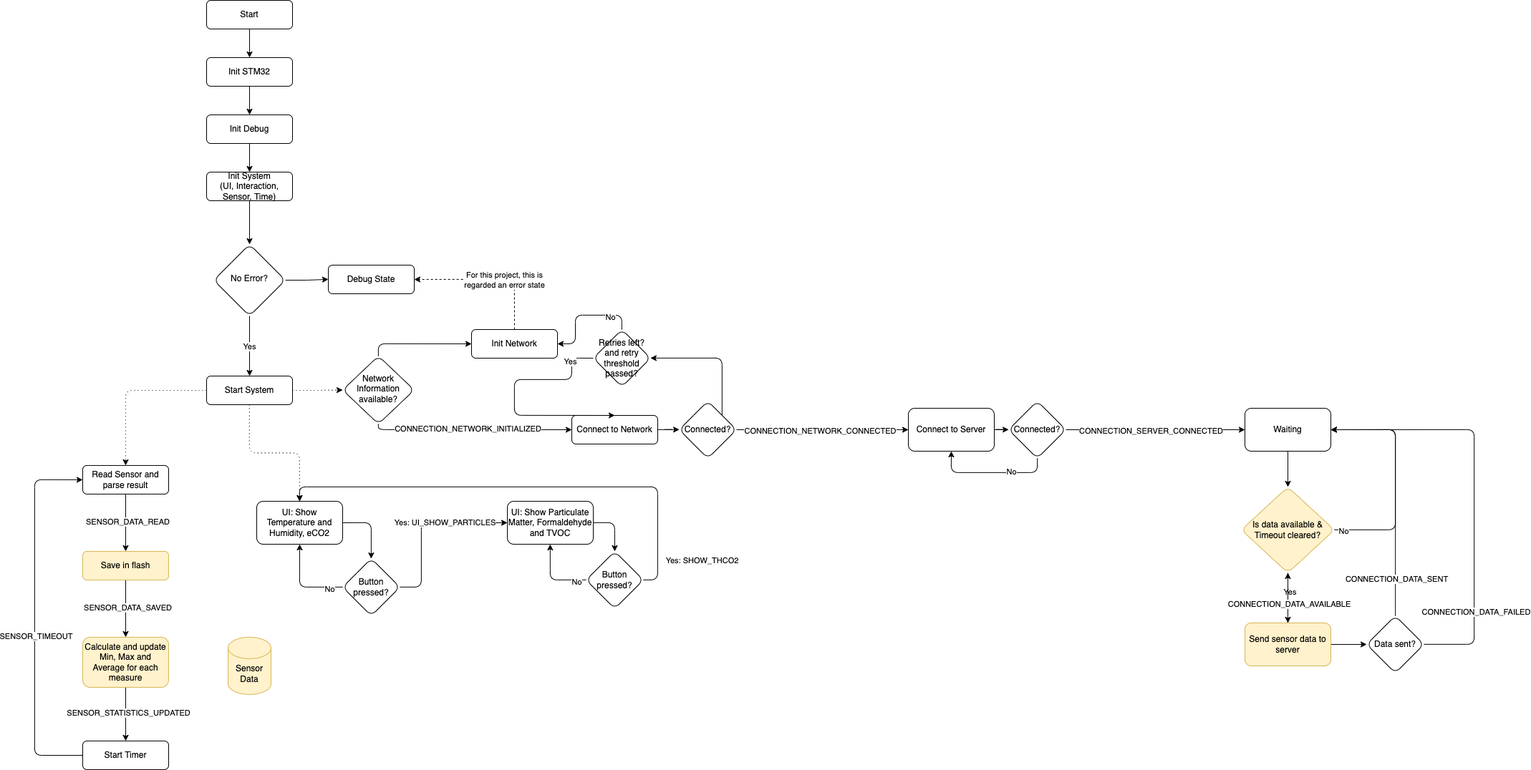
Before: week-4-flowchart.drawio.png, a diagram exported from draw.io (martenbiehl/making-embedded-systems-exercises). Source tidied: cells renumbered, new cells last; positions are measured from the earlier drawing's top-left corner, leaving out a move shared by most shapes.
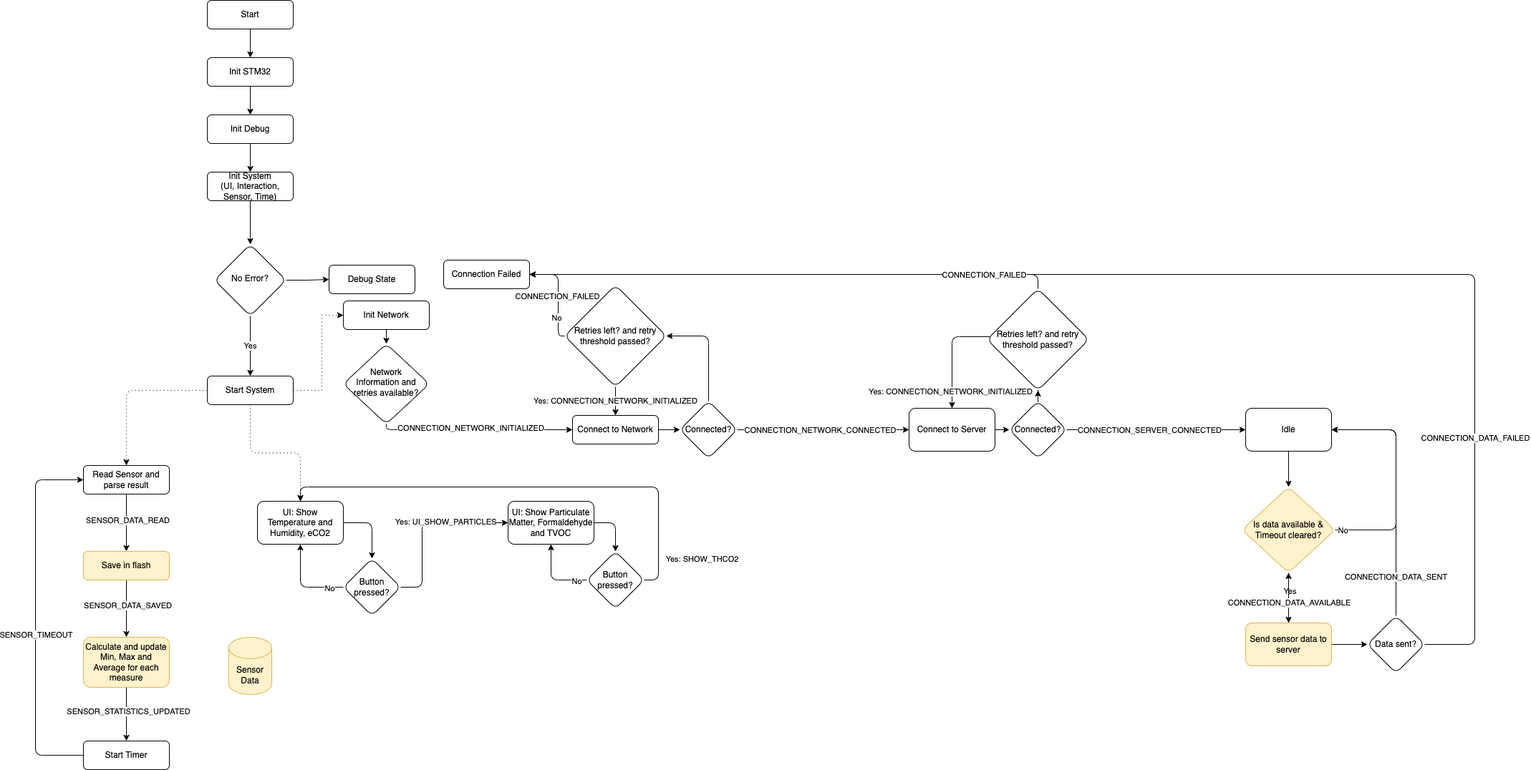
After the commit.

Diff of the diagram source:
```diff
@@ -20,24 +20,11 @@
     <mxCell id="7" value="Init Debug" style="rounded=1;whiteSpace=wrap;html=1;fontSize=12;glass=0;strokeWidth=1;shadow=0;" parent="1" vertex="1">
       <mxGeometry x="240" y="160" width="120" height="40" as="geometry" />
     </mxCell>
-    <mxCell id="8" value="&lt;span style=&quot;color: rgba(0, 0, 0, 0); font-family: monospace; font-size: 0px; text-align: start; background-color: rgb(248, 249, 250);&quot;&gt;%3CmxGraphModel%3E%3Croot%3E%3CmxCell%20id%3D%220%22%2F%3E%3CmxCell%20id%3D%221%22%20parent%3D%220%22%2F%3E%3CmxCell%20id%3D%222%22%20value%3D%22For%20this%20system%20this%20is%20regarded%20an%20error%20state%22%20style%3D%22edgeLabel%3Bhtml%3D1%3Balign%3Dcenter%3BverticalAlign%3Dmiddle%3Bresizable%3D0%3Bpoints%3D%5B%5D%3B%22%20vertex%3D%221%22%20connectable%3D%220%22%20parent%3D%221%22%3E%3CmxGeometry%20x%3D%22486%22%20y%3D%22470%22%20as%3D%22geometry%22%2F%3E%3C%2FmxCell%3E%3C%2Froot%3E%3C%2FmxGraphModel%3E&lt;/span&gt;&lt;span style=&quot;color: rgba(0, 0, 0, 0); font-family: monospace; font-size: 0px; text-align: start; background-color: rgb(248, 249, 250);&quot;&gt;%3CmxGraphModel%3E%3Croot%3E%3CmxCell%20id%3D%220%22%2F%3E%3CmxCell%20id%3D%221%22%20parent%3D%220%22%2F%3E%3CmxCell%20id%3D%222%22%20value%3D%22For%20this%20system%20this%20is%20regarded%20an%20error%20state%22%20style%3D%22edgeLabel%3Bhtml%3D1%3Balign%3Dcenter%3BverticalAlign%3Dmiddle%3Bresizable%3D0%3Bpoints%3D%5B%5D%3B%22%20vertex%3D%221%22%20connectable%3D%220%22%20parent%3D%221%22%3E%3CmxGeometry%20x%3D%22486%22%20y%3D%22470%22%20as%3D%22geometry%22%2F%3E%3C%2FmxCell%3E%3C%2Froot%3E%3C%2FmxGraphModel%3EFor&lt;/span&gt;" style="edgeStyle=orthogonalEdgeStyle;rounded=1;jettySize=auto;html=1;dashed=1;entryX=1;entryY=0.5;entryDx=0;entryDy=0;exitX=0.5;exitY=0;exitDx=0;exitDy=0;" parent="1" edge="1" source="12" target="22">
-      <mxGeometry relative="1" as="geometry">
-        <Array as="points">
-          <mxPoint x="670" y="390" />
-        </Array>
-      </mxGeometry>
-    </mxCell>
-    <mxCell id="9" value="&lt;span style=&quot;color: rgba(0, 0, 0, 0); font-family: monospace; font-size: 0px; text-align: start; background-color: rgb(248, 249, 250);&quot;&gt;%3CmxGraphModel%3E%3Croot%3E%3CmxCell%20id%3D%220%22%2F%3E%3CmxCell%20id%3D%221%22%20parent%3D%220%22%2F%3E%3CmxCell%20id%3D%222%22%20value%3D%22For%20this%20system%20this%20is%20regarded%20an%20error%20state%22%20style%3D%22edgeLabel%3Bhtml%3D1%3Balign%3Dcenter%3BverticalAlign%3Dmiddle%3Bresizable%3D0%3Bpoints%3D%5B%5D%3B%22%20vertex%3D%221%22%20connectable%3D%220%22%20parent%3D%221%22%3E%3CmxGeometry%20x%3D%22486%22%20y%3D%22470%22%20as%3D%22geometry%22%2F%3E%3C%2FmxCell%3E%3C%2Froot%3E%3C%2FmxGraphModel%For t&lt;/span&gt;" style="edgeLabel;html=1;align=center;verticalAlign=middle;" parent="8" vertex="1">
-      <mxGeometry x="-0.14" y="-4" relative="1" as="geometry" />
-    </mxCell>
-    <mxCell id="10" value="&lt;span style=&quot;color: rgba(0, 0, 0, 0); font-family: monospace; font-size: 0px; text-align: start; background-color: rgb(248, 249, 250);&quot;&gt;%3CmxGraphModel%3E%3Croot%3E%3CmxCell%20id%3D%220%22%2F%3E%3CmxCell%20id%3D%221%22%20parent%3D%220%22%2F%3E%3CmxCell%20id%3D%222%22%20value%3D%22For%20this%20system%20this%20is%20regarded%20an%20error%20state%22%20style%3D%22edgeLabel%3Bhtml%3D1%3Balign%3Dcenter%3BverticalAlign%3Dmiddle%3Bresizable%3D0%3Bpoints%3D%5B%5D%3B%22%20vertex%3D%221%22%20connectable%3D%220%22%20parent%3D%221%22%3E%3CmxGeometry%20x%3D%22486%22%20y%3D%22470%22%20as%3D%22geometry%22%2F%3E%3C%2FmxCell%3E%3C%2Froot%3E%3C%2FmxGraphModel%For this&lt;/span&gt;" style="edgeLabel;html=1;align=center;verticalAlign=middle;" parent="8" vertex="1">
-      <mxGeometry x="-0.28" relative="1" as="geometry" />
-    </mxCell>
-    <mxCell id="11" value="For this project, this is&lt;br&gt;regarded an error state" style="edgeLabel;html=1;align=center;verticalAlign=middle;" parent="8" vertex="1">
-      <mxGeometry x="-0.18" relative="1" as="geometry" />
-    </mxCell>
+    <mxCell id="88" style="edgeStyle=orthogonalEdgeStyle;rounded=1;jettySize=auto;html=1;" parent="1" edge="1" source="12" target="29">
+      <mxGeometry relative="1" as="geometry" />
+    </mxCell>
     <mxCell id="12" value="Init Network" style="rounded=1;whiteSpace=wrap;html=1;fontSize=12;glass=0;strokeWidth=1;shadow=0;" parent="1" vertex="1">
-      <mxGeometry x="610" y="460" width="120" height="40" as="geometry" />
+      <mxGeometry x="430" y="420" width="120" height="40" as="geometry" />
     </mxCell>
     <mxCell id="13" style="edgeStyle=orthogonalEdgeStyle;rounded=0;jettySize=auto;html=1;entryX=0.5;entryY=0;entryDx=0;entryDy=0;" parent="1" edge="1" source="14" target="7">
       <mxGeometry relative="1" as="geometry" />
@@ -48,8 +35,13 @@
     <mxCell id="15" style="edgeStyle=orthogonalEdgeStyle;rounded=1;jettySize=auto;html=1;entryX=0.5;entryY=0;entryDx=0;entryDy=0;dashed=1;dashPattern=1 4;" parent="1" edge="1" source="18" target="25">
       <mxGeometry relative="1" as="geometry" />
     </mxCell>
-    <mxCell id="16" style="edgeStyle=orthogonalEdgeStyle;rounded=0;jettySize=auto;html=1;entryX=0;entryY=0.5;entryDx=0;entryDy=0;dashed=1;dashPattern=1 4;" parent="1" edge="1" source="18" target="29">
-      <mxGeometry relative="1" as="geometry" />
+    <mxCell id="16" style="edgeStyle=orthogonalEdgeStyle;rounded=0;jettySize=auto;html=1;entryX=0;entryY=0.5;entryDx=0;entryDy=0;dashed=1;dashPattern=1 4;" parent="1" edge="1" source="18" target="12">
+      <mxGeometry relative="1" as="geometry">
+        <Array as="points">
+          <mxPoint x="400" y="545" />
+          <mxPoint x="400" y="440" />
+        </Array>
+      </mxGeometry>
     </mxCell>
     <mxCell id="17" style="edgeStyle=orthogonalEdgeStyle;rounded=1;jettySize=auto;html=1;dashed=1;dashPattern=1 4;" parent="1" edge="1" source="18" target="61">
       <mxGeometry relative="1" as="geometry" />
@@ -78,25 +70,18 @@
     <mxCell id="25" value="Read Sensor and parse result" style="rounded=1;whiteSpace=wrap;html=1;fontSize=12;glass=0;strokeWidth=1;shadow=0;" parent="1" vertex="1">
       <mxGeometry x="67" y="650" width="120" height="40" as="geometry" />
     </mxCell>
-    <mxCell id="26" style="edgeStyle=orthogonalEdgeStyle;rounded=1;jettySize=auto;html=1;entryX=0;entryY=0.5;entryDx=0;entryDy=0;" parent="1" edge="1" source="29" target="12">
-      <mxGeometry relative="1" as="geometry">
-        <Array as="points">
-          <mxPoint x="480" y="480" />
-        </Array>
-      </mxGeometry>
-    </mxCell>
     <mxCell id="27" style="edgeStyle=orthogonalEdgeStyle;rounded=1;jettySize=auto;html=1;entryX=0;entryY=0.5;entryDx=0;entryDy=0;" parent="1" edge="1" source="29" target="31">
       <mxGeometry relative="1" as="geometry">
         <Array as="points">
-          <mxPoint x="480" y="600" />
+          <mxPoint x="490" y="600" />
         </Array>
       </mxGeometry>
     </mxCell>
     <mxCell id="28" value="CONNECTION_NETWORK_INITIALIZED" style="edgeLabel;html=1;align=center;verticalAlign=middle;" parent="27" vertex="1">
       <mxGeometry x="-0.06" y="2" relative="1" as="geometry" />
     </mxCell>
-    <mxCell id="29" value="Network Information available?" style="rhombus;whiteSpace=wrap;html=1;shadow=0;fontFamily=Helvetica;fontSize=12;align=center;strokeWidth=1;spacing=6;spacingTop=-4;rounded=1;" parent="1" vertex="1">
-      <mxGeometry x="430" y="497" width="100" height="95" as="geometry" />
+    <mxCell id="29" value="Network&lt;br&gt;Information and retries available?" style="rhombus;whiteSpace=wrap;html=1;shadow=0;fontFamily=Helvetica;fontSize=12;align=center;strokeWidth=1;spacing=6;spacingTop=-4;rounded=1;" parent="1" vertex="1">
+      <mxGeometry x="430" y="480" width="120" height="112" as="geometry" />
     </mxCell>
     <mxCell id="30" style="edgeStyle=orthogonalEdgeStyle;rounded=0;jettySize=auto;html=1;" parent="1" edge="1" source="31" target="35">
       <mxGeometry relative="1" as="geometry" />
@@ -115,7 +100,7 @@
     <mxCell id="34" style="edgeStyle=orthogonalEdgeStyle;rounded=1;jettySize=auto;html=1;" parent="1" edge="1" source="35" target="54">
       <mxGeometry relative="1" as="geometry">
         <Array as="points">
-          <mxPoint x="960" y="500" />
+          <mxPoint x="940" y="469" />
         </Array>
       </mxGeometry>
     </mxCell>
@@ -134,24 +119,16 @@
     <mxCell id="39" value="CONNECTION_SERVER_CONNECTED" style="edgeLabel;html=1;align=center;verticalAlign=middle;" parent="38" vertex="1">
       <mxGeometry x="-0.07" y="-1" relative="1" as="geometry" />
     </mxCell>
-    <mxCell id="40" style="edgeStyle=orthogonalEdgeStyle;rounded=1;jettySize=auto;html=1;entryX=0.5;entryY=1;entryDx=0;entryDy=0;" parent="1" edge="1" source="42" target="37">
-      <mxGeometry relative="1" as="geometry">
-        <Array as="points">
-          <mxPoint x="1400" y="660" />
-          <mxPoint x="1280" y="660" />
-        </Array>
-      </mxGeometry>
-    </mxCell>
-    <mxCell id="41" value="No" style="edgeLabel;html=1;align=center;verticalAlign=middle;" parent="40" vertex="1">
-      <mxGeometry x="-0.33" y="-2" relative="1" as="geometry" />
-    </mxCell>
+    <mxCell id="89" style="edgeStyle=orthogonalEdgeStyle;rounded=1;jettySize=auto;html=1;" parent="1" edge="1" source="42" target="95">
+      <mxGeometry relative="1" as="geometry" />
+    </mxCell>
     <mxCell id="42" value="Connected?" style="rhombus;whiteSpace=wrap;html=1;rounded=1;glass=0;strokeWidth=1;shadow=0;" parent="1" vertex="1">
       <mxGeometry x="1360" y="560" width="80" height="80" as="geometry" />
     </mxCell>
     <mxCell id="43" style="edgeStyle=orthogonalEdgeStyle;rounded=1;jettySize=auto;html=1;" parent="1" edge="1" source="44" target="49">
       <mxGeometry relative="1" as="geometry" />
     </mxCell>
-    <mxCell id="44" value="Waiting" style="whiteSpace=wrap;html=1;rounded=1;glass=0;strokeWidth=1;shadow=0;" parent="1" vertex="1">
+    <mxCell id="44" value="Idle" style="whiteSpace=wrap;html=1;rounded=1;glass=0;strokeWidth=1;shadow=0;" parent="1" vertex="1">
       <mxGeometry x="1690" y="570" width="120" height="60" as="geometry" />
     </mxCell>
     <mxCell id="45" style="edgeStyle=orthogonalEdgeStyle;rounded=1;jettySize=auto;html=1;" parent="1" edge="1" source="49" target="59">
@@ -174,32 +151,25 @@
     <mxCell id="49" value="Is data available &amp;amp; Timeout cleared?" style="rhombus;whiteSpace=wrap;html=1;rounded=1;glass=0;strokeWidth=1;shadow=0;fillColor=#fff2cc;strokeColor=#d6b656;" parent="1" vertex="1">
       <mxGeometry x="1685" y="680" width="130" height="120" as="geometry" />
     </mxCell>
-    <mxCell id="50" style="edgeStyle=orthogonalEdgeStyle;rounded=1;jettySize=auto;html=1;entryX=0.5;entryY=0;entryDx=0;entryDy=0;exitX=0;exitY=0.5;exitDx=0;exitDy=0;" parent="1" edge="1" source="54" target="31">
-      <mxGeometry relative="1" as="geometry">
-        <Array as="points">
-          <mxPoint x="750" y="500" />
-          <mxPoint x="750" y="530" />
-          <mxPoint x="670" y="530" />
-        </Array>
-      </mxGeometry>
-    </mxCell>
-    <mxCell id="51" value="Yes" style="edgeLabel;html=1;align=center;verticalAlign=middle;" parent="50" vertex="1">
-      <mxGeometry x="-0.79" y="-3" relative="1" as="geometry" />
-    </mxCell>
-    <mxCell id="52" style="edgeStyle=orthogonalEdgeStyle;rounded=1;jettySize=auto;html=1;entryX=1;entryY=0.5;entryDx=0;entryDy=0;" parent="1" edge="1" source="54" target="12">
+    <mxCell id="52" style="edgeStyle=orthogonalEdgeStyle;rounded=1;jettySize=auto;html=1;entryX=1;entryY=0.5;entryDx=0;entryDy=0;exitX=0;exitY=0.5;exitDx=0;exitDy=0;" parent="1" edge="1" source="54" target="96">
       <mxGeometry relative="1" as="geometry">
         <Array as="points">
-          <mxPoint x="820" y="440" />
-          <mxPoint x="755" y="440" />
-          <mxPoint x="755" y="480" />
+          <mxPoint x="730" y="469" />
+          <mxPoint x="730" y="383" />
         </Array>
       </mxGeometry>
     </mxCell>
     <mxCell id="53" value="No" style="edgeLabel;html=1;align=center;verticalAlign=middle;" parent="52" vertex="1">
       <mxGeometry x="-0.49" y="2" relative="1" as="geometry" />
     </mxCell>
+    <mxCell id="90" value="CONNECTION_FAILED" style="edgeLabel;html=1;align=center;verticalAlign=middle;" parent="52" vertex="1">
+      <mxGeometry x="-0.05" y="1" relative="1" as="geometry" />
+    </mxCell>
+    <mxCell id="50" value="Yes: CONNECTION_NETWORK_INITIALIZED" style="edgeStyle=orthogonalEdgeStyle;rounded=1;jettySize=auto;html=1;entryX=0.5;entryY=0;entryDx=0;entryDy=0;" parent="1" edge="1" source="54" target="31">
+      <mxGeometry relative="1" as="geometry" />
+    </mxCell>
     <mxCell id="54" value="Retries left? and retry threshold passed?" style="rhombus;whiteSpace=wrap;html=1;rounded=1;glass=0;strokeWidth=1;shadow=0;" parent="1" vertex="1">
-      <mxGeometry x="780" y="460" width="80" height="80" as="geometry" />
+      <mxGeometry x="739" y="398" width="142" height="142" as="geometry" />
     </mxCell>
     <mxCell id="55" value="Sensor Data" style="shape=cylinder3;whiteSpace=wrap;html=1;boundedLbl=1;backgroundOutline=1;size=15;rounded=1;fillColor=#fff2cc;strokeColor=#d6b656;" parent="1" vertex="1">
       <mxGeometry x="270" y="890" width="60" height="80" as="geometry" />
@@ -331,11 +301,11 @@
         <mxPoint y="-10" as="offset" />
       </mxGeometry>
     </mxCell>
-    <mxCell id="85" style="edgeStyle=orthogonalEdgeStyle;rounded=1;jettySize=auto;html=1;entryX=1;entryY=0.5;entryDx=0;entryDy=0;" parent="1" edge="1" source="87" target="44">
+    <mxCell id="85" style="edgeStyle=orthogonalEdgeStyle;rounded=1;jettySize=auto;html=1;entryX=1;entryY=0.5;entryDx=0;entryDy=0;" parent="1" edge="1" source="87" target="96">
       <mxGeometry relative="1" as="geometry">
         <Array as="points">
           <mxPoint x="2010" y="900" />
-          <mxPoint x="2010" y="600" />
+          <mxPoint x="2010" y="383" />
         </Array>
       </mxGeometry>
     </mxCell>
@@ -347,5 +317,33 @@
     <mxCell id="87" value="Data sent?" style="rhombus;whiteSpace=wrap;html=1;rounded=1;glass=0;strokeWidth=1;shadow=0;" parent="1" vertex="1">
       <mxGeometry x="1860" y="860" width="80" height="80" as="geometry" />
     </mxCell>
+    <mxCell id="91" style="edgeStyle=orthogonalEdgeStyle;rounded=1;jettySize=auto;html=1;entryX=0.5;entryY=0;entryDx=0;entryDy=0;" parent="1" edge="1" source="95" target="37">
+      <mxGeometry relative="1" as="geometry">
+        <Array as="points">
+          <mxPoint x="1280" y="470" />
+        </Array>
+      </mxGeometry>
+    </mxCell>
+    <mxCell id="92" value="Yes: CONNECTION_NETWORK_INITIALIZED" style="edgeLabel;html=1;align=center;verticalAlign=middle;" parent="91" vertex="1">
+      <mxGeometry x="0.11" y="-2" relative="1" as="geometry">
+        <mxPoint y="45" as="offset" />
+      </mxGeometry>
+    </mxCell>
+    <mxCell id="93" style="edgeStyle=orthogonalEdgeStyle;rounded=1;jettySize=auto;html=1;entryX=1;entryY=0.5;entryDx=0;entryDy=0;" parent="1" edge="1" source="95" target="96">
+      <mxGeometry relative="1" as="geometry">
+        <Array as="points">
+          <mxPoint x="1400" y="383" />
+        </Array>
+      </mxGeometry>
+    </mxCell>
+    <mxCell id="94" value="CONNECTION_FAILED" style="edgeLabel;html=1;align=center;verticalAlign=middle;" parent="93" vertex="1">
+      <mxGeometry x="-0.74" y="1" relative="1" as="geometry" />
+    </mxCell>
+    <mxCell id="95" value="Retries left? and retry threshold passed?" style="rhombus;whiteSpace=wrap;html=1;rounded=1;glass=0;strokeWidth=1;shadow=0;" parent="1" vertex="1">
+      <mxGeometry x="1329" y="403" width="142" height="142" as="geometry" />
+    </mxCell>
+    <mxCell id="96" value="Connection Failed" style="rounded=1;whiteSpace=wrap;html=1;fontSize=12;glass=0;strokeWidth=1;shadow=0;" parent="1" vertex="1">
+      <mxGeometry x="570" y="363" width="120" height="40" as="geometry" />
+    </mxCell>
   </root>
 </mxGraphModel>
```
